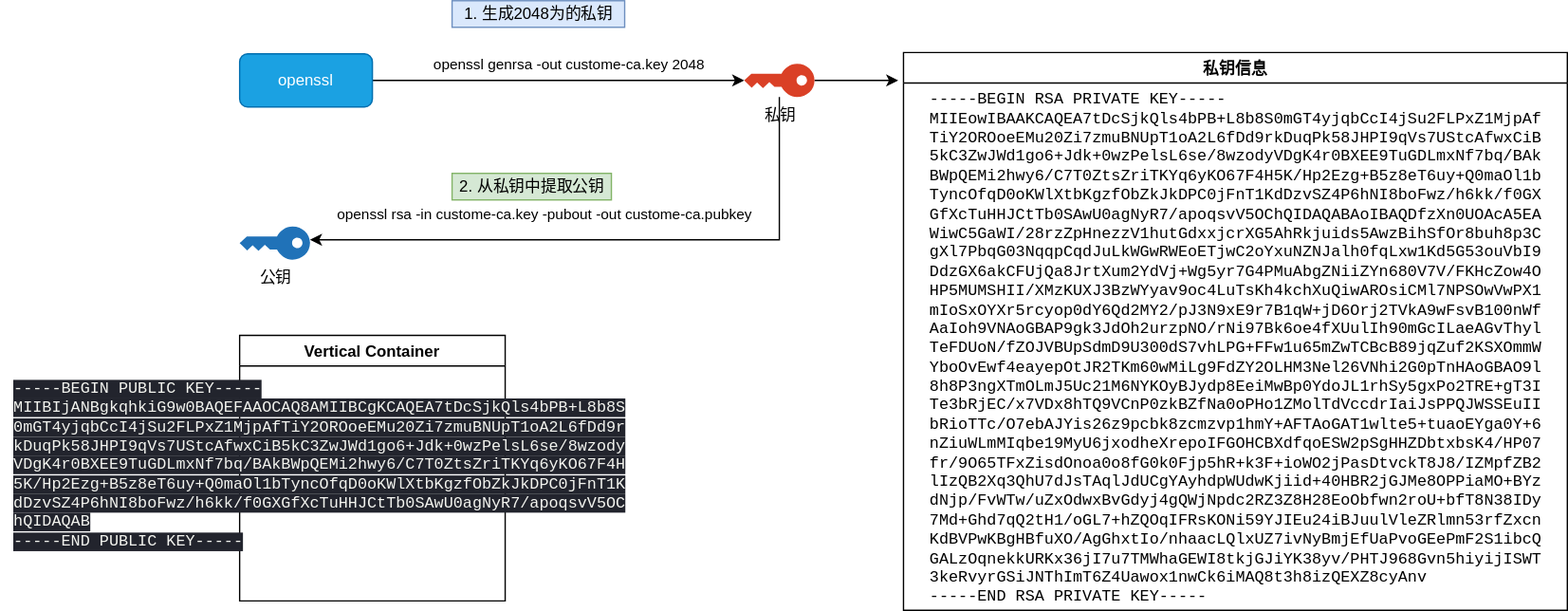
Before: openssl.drawio.svg, a diagram exported from draw.io (jpanda-cn/static-resources). Source tidied: cells renumbered, new cells last; positions are measured from the earlier drawing's top-left corner, leaving out a move shared by most shapes.
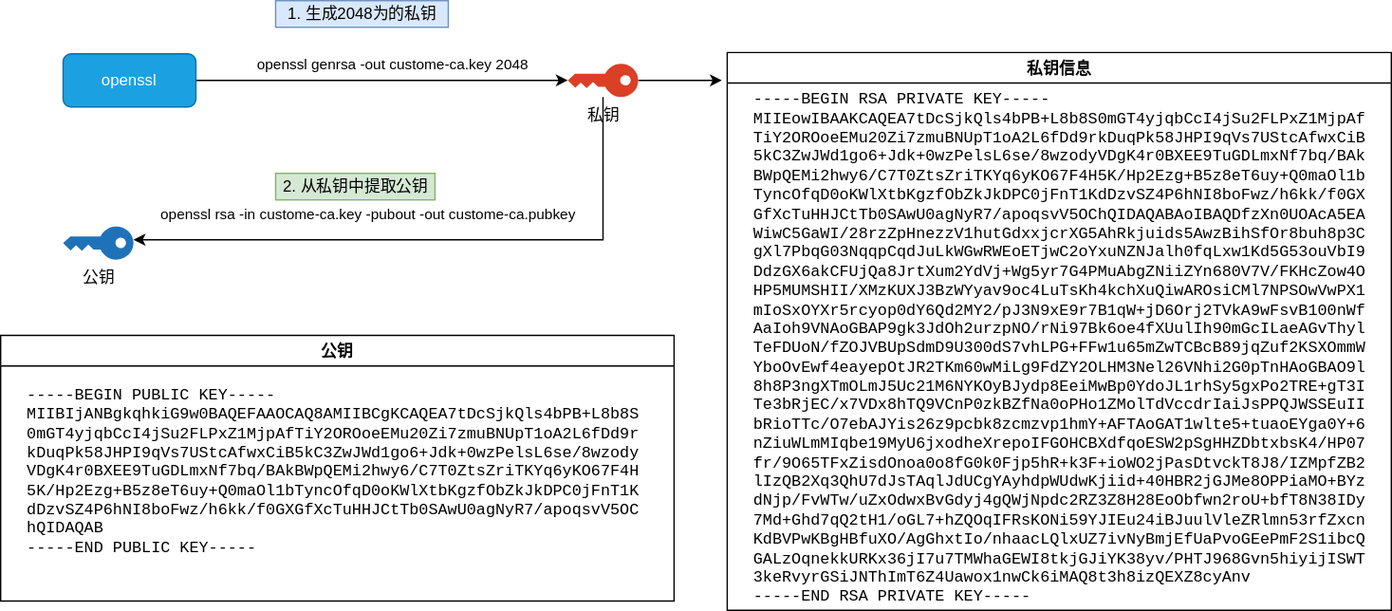
Later version of the same file.

The edit, as a diff of the source:
```diff
@@ -46,11 +46,11 @@
     <mxCell id="13" value="&lt;div style=&quot;text-align: start; font-family: &amp;quot;MesloLGS NF&amp;quot;, monospace;&quot;&gt;&lt;div&gt;&lt;span style=&quot;&quot;&gt;-----BEGIN RSA PRIVATE KEY-----                                                                                                                                                           &lt;/span&gt;&lt;/div&gt;&lt;div&gt;&lt;span style=&quot;&quot;&gt;MIIEowIBAAKCAQEA7tDcSjkQls4bPB+L8b8S0mGT4yjqbCcI4jSu2FLPxZ1MjpAf                                                                                                                          &lt;/span&gt;&lt;/div&gt;&lt;div&gt;&lt;span style=&quot;&quot;&gt;TiY2OROoeEMu20Zi7zmuBNUpT1oA2L6fDd9rkDuqPk58JHPI9qVs7UStcAfwxCiB                                                                                                                          &lt;/span&gt;&lt;/div&gt;&lt;div&gt;&lt;span style=&quot;&quot;&gt;5kC3ZwJWd1go6+Jdk+0wzPelsL6se/8wzodyVDgK4r0BXEE9TuGDLmxNf7bq/BAk                                                                                                                          &lt;/span&gt;&lt;/div&gt;&lt;div&gt;&lt;span style=&quot;&quot;&gt;BWpQEMi2hwy6/C7T0ZtsZriTKYq6yKO67F4H5K/Hp2Ezg+B5z8eT6uy+Q0maOl1b                                                                                                                          &lt;/span&gt;&lt;/div&gt;&lt;div&gt;&lt;span style=&quot;&quot;&gt;TyncOfqD0oKWlXtbKgzfObZkJkDPC0jFnT1KdDzvSZ4P6hNI8boFwz/h6kk/f0GX                                                                                                                          &lt;/span&gt;&lt;/div&gt;&lt;div&gt;&lt;span style=&quot;&quot;&gt;GfXcTuHHJCtTb0SAwU0agNyR7/apoqsvV5OChQIDAQABAoIBAQDfzXn0UOAcA5EA                                                                                                                          &lt;/span&gt;&lt;/div&gt;&lt;div&gt;&lt;span style=&quot;&quot;&gt;WiwC5GaWI/28rzZpHnezzV1hutGdxxjcrXG5AhRkjuids5AwzBihSfOr8buh8p3C                                                                                                                          &lt;/span&gt;&lt;/div&gt;&lt;div&gt;&lt;span style=&quot;&quot;&gt;gXl7PbqG03NqqpCqdJuLkWGwRWEoETjwC2oYxuNZNJalh0fqLxw1Kd5G53ouVbI9                                                                                                                          &lt;/span&gt;&lt;/div&gt;&lt;div&gt;&lt;span style=&quot;&quot;&gt;DdzGX6akCFUjQa8JrtXum2YdVj+Wg5yr7G4PMuAbgZNiiZYn680V7V/FKHcZow4O                                                                                                                          &lt;/span&gt;&lt;/div&gt;&lt;div&gt;&lt;span style=&quot;&quot;&gt;HP5MUMSHII/XMzKUXJ3BzWYyav9oc4LuTsKh4kchXuQiwAROsiCMl7NPSOwVwPX1                                                                                                                          &lt;/span&gt;&lt;/div&gt;&lt;div&gt;&lt;span style=&quot;&quot;&gt;mIoSxOYXr5rcyop0dY6Qd2MY2/pJ3N9xE9r7B1qW+jD6Orj2TVkA9wFsvB100nWf                                                                                                                          &lt;/span&gt;&lt;/div&gt;&lt;div&gt;&lt;span style=&quot;&quot;&gt;AaIoh9VNAoGBAP9gk3JdOh2urzpNO/rNi97Bk6oe4fXUulIh90mGcILaeAGvThyl                                                                                                                          &lt;/span&gt;&lt;/div&gt;&lt;div&gt;&lt;span style=&quot;&quot;&gt;TeFDUoN/fZOJVBUpSdmD9U300dS7vhLPG+FFw1u65mZwTCBcB89jqZuf2KSXOmmW                                                                                                                          &lt;/span&gt;&lt;/div&gt;&lt;div&gt;&lt;span style=&quot;&quot;&gt;YboOvEwf4eayepOtJR2TKm60wMiLg9FdZY2OLHM3Nel26VNhi2G0pTnHAoGBAO9l                                                                                                                          &lt;/span&gt;&lt;/div&gt;&lt;div&gt;&lt;span style=&quot;&quot;&gt;8h8P3ngXTmOLmJ5Uc21M6NYKOyBJydp8EeiMwBp0YdoJL1rhSy5gxPo2TRE+gT3I                                                                                                                          &lt;/span&gt;&lt;/div&gt;&lt;div&gt;&lt;span style=&quot;&quot;&gt;Te3bRjEC/x7VDx8hTQ9VCnP0zkBZfNa0oPHo1ZMolTdVccdrIaiJsPPQJWSSEuII                                                                                                                          &lt;/span&gt;&lt;/div&gt;&lt;div&gt;&lt;span style=&quot;&quot;&gt;bRioTTc/O7ebAJYis26z9pcbk8zcmzvp1hmY+AFTAoGAT1wlte5+tuaoEYga0Y+6                                                                                                                          &lt;/span&gt;&lt;/div&gt;&lt;div&gt;&lt;span style=&quot;&quot;&gt;nZiuWLmMIqbe19MyU6jxodheXrepoIFGOHCBXdfqoESW2pSgHHZDbtxbsK4/HP07                                                                                                                          &lt;/span&gt;&lt;/div&gt;&lt;div&gt;&lt;span style=&quot;&quot;&gt;fr/9O65TFxZisdOnoa0o8fG0k0Fjp5hR+k3F+ioWO2jPasDtvckT8J8/IZMpfZB2                                                                                                                          &lt;/span&gt;&lt;/div&gt;&lt;div&gt;&lt;span style=&quot;&quot;&gt;lIzQB2Xq3QhU7dJsTAqlJdUCgYAyhdpWUdwKjiid+40HBR2jGJMe8OPPiaMO+BYz                                                                                                                          &lt;/span&gt;&lt;/div&gt;&lt;div&gt;&lt;span style=&quot;&quot;&gt;dNjp/FvWTw/uZxOdwxBvGdyj4gQWjNpdc2RZ3Z8H28EoObfwn2roU+bfT8N38IDy                                                                                                                          &lt;/span&gt;&lt;/div&gt;&lt;div&gt;&lt;span style=&quot;&quot;&gt;7Md+Ghd7qQ2tH1/oGL7+hZQOqIFRsKONi59YJIEu24iBJuulVleZRlmn53rfZxcn                                                                                                                          &lt;/span&gt;&lt;/div&gt;&lt;div&gt;&lt;span style=&quot;&quot;&gt;KdBVPwKBgHBfuXO/AgGhxtIo/nhaacLQlxUZ7ivNyBmjEfUaPvoGEePmF2S1ibcQ                                                                                                                          &lt;/span&gt;&lt;/div&gt;&lt;div&gt;&lt;span style=&quot;&quot;&gt;GALzOqnekkURKx36jI7u7TMWhaGEWI8tkjGJiYK38yv/PHTJ968Gvn5hiyijISWT                                                                                                                          &lt;/span&gt;&lt;/div&gt;&lt;div&gt;&lt;span style=&quot;&quot;&gt;3keRvyrGSiJNThImT6Z4Uawox1nwCk6iMAQ8t3h8izQEXZ8cyAnv                                                                                                                                      &lt;/span&gt;&lt;/div&gt;&lt;div&gt;&lt;span style=&quot;&quot;&gt;-----END RSA PRIVATE KEY-----   &lt;/span&gt;&lt;/div&gt;&lt;/div&gt;" style="text;html=1;align=center;verticalAlign=middle;labelBackgroundColor=none;fontColor=default;" parent="12" vertex="1">
       <mxGeometry x="10" y="32.5" width="480" height="380" as="geometry" />
     </mxCell>
-    <mxCell id="14" value="Vertical Container" style="swimlane;labelBackgroundColor=none;fontColor=default;" parent="1" vertex="1">
-      <mxGeometry x="180" y="252" width="200" height="200" as="geometry" />
+    <mxCell id="14" value="公钥" style="swimlane;labelBackgroundColor=none;fontColor=default;" parent="1" vertex="1">
+      <mxGeometry x="133" y="252" width="507" height="200" as="geometry" />
     </mxCell>
-    <mxCell id="15" value="&lt;div style=&quot;text-align: start; font-family: &amp;quot;MesloLGS NF&amp;quot;, monospace;&quot;&gt;&lt;div&gt;&lt;span style=&quot;color: rgb(243, 244, 239); background-color: rgb(34, 36, 45);&quot;&gt;-----BEGIN PUBLIC KEY-----                                                                                                                                                                &lt;/span&gt;&lt;/div&gt;&lt;div&gt;&lt;span style=&quot;color: rgb(243, 244, 239); background-color: rgb(34, 36, 45);&quot;&gt;MIIBIjANBgkqhkiG9w0BAQEFAAOCAQ8AMIIBCgKCAQEA7tDcSjkQls4bPB+L8b8S                                                                                                                          &lt;/span&gt;&lt;/div&gt;&lt;div&gt;&lt;span style=&quot;color: rgb(243, 244, 239); background-color: rgb(34, 36, 45);&quot;&gt;0mGT4yjqbCcI4jSu2FLPxZ1MjpAfTiY2OROoeEMu20Zi7zmuBNUpT1oA2L6fDd9r                                                                                                                          &lt;/span&gt;&lt;/div&gt;&lt;div&gt;&lt;span style=&quot;color: rgb(243, 244, 239); background-color: rgb(34, 36, 45);&quot;&gt;kDuqPk58JHPI9qVs7UStcAfwxCiB5kC3ZwJWd1go6+Jdk+0wzPelsL6se/8wzody                                                                                                                          &lt;/span&gt;&lt;/div&gt;&lt;div&gt;&lt;span style=&quot;color: rgb(243, 244, 239); background-color: rgb(34, 36, 45);&quot;&gt;VDgK4r0BXEE9TuGDLmxNf7bq/BAkBWpQEMi2hwy6/C7T0ZtsZriTKYq6yKO67F4H                                                                                                                          &lt;/span&gt;&lt;/div&gt;&lt;div&gt;&lt;span style=&quot;color: rgb(243, 244, 239); background-color: rgb(34, 36, 45);&quot;&gt;5K/Hp2Ezg+B5z8eT6uy+Q0maOl1bTyncOfqD0oKWlXtbKgzfObZkJkDPC0jFnT1K                                                                                                                          &lt;/span&gt;&lt;/div&gt;&lt;div&gt;&lt;span style=&quot;color: rgb(243, 244, 239); background-color: rgb(34, 36, 45);&quot;&gt;dDzvSZ4P6hNI8boFwz/h6kk/f0GXGfXcTuHHJCtTb0SAwU0agNyR7/apoqsvV5OC                                                                                                                          &lt;/span&gt;&lt;/div&gt;&lt;div&gt;&lt;span style=&quot;color: rgb(243, 244, 239); background-color: rgb(34, 36, 45);&quot;&gt;hQIDAQAB                                                                                                                                                                                  &lt;/span&gt;&lt;/div&gt;&lt;div&gt;&lt;span style=&quot;color: rgb(243, 244, 239); background-color: rgb(34, 36, 45);&quot;&gt;-----END PUBLIC KEY-----  &lt;/span&gt;&lt;/div&gt;&lt;/div&gt;" style="text;html=1;align=center;verticalAlign=middle;strokeColor=none;fillColor=none;fontColor=default;" parent="1" vertex="1">
-      <mxGeometry y="285" width="480" height="130" as="geometry" />
+    <mxCell id="15" value="&lt;div style=&quot;text-align: start; font-family: &amp;quot;MesloLGS NF&amp;quot;, monospace;&quot;&gt;&lt;div&gt;&lt;span style=&quot;&quot;&gt;-----BEGIN PUBLIC KEY-----                                                                                                                                                                &lt;/span&gt;&lt;/div&gt;&lt;div&gt;&lt;span style=&quot;&quot;&gt;MIIBIjANBgkqhkiG9w0BAQEFAAOCAQ8AMIIBCgKCAQEA7tDcSjkQls4bPB+L8b8S                                                                                                                          &lt;/span&gt;&lt;/div&gt;&lt;div&gt;&lt;span style=&quot;&quot;&gt;0mGT4yjqbCcI4jSu2FLPxZ1MjpAfTiY2OROoeEMu20Zi7zmuBNUpT1oA2L6fDd9r                                                                                                                          &lt;/span&gt;&lt;/div&gt;&lt;div&gt;&lt;span style=&quot;&quot;&gt;kDuqPk58JHPI9qVs7UStcAfwxCiB5kC3ZwJWd1go6+Jdk+0wzPelsL6se/8wzody                                                                                                                          &lt;/span&gt;&lt;/div&gt;&lt;div&gt;&lt;span style=&quot;&quot;&gt;VDgK4r0BXEE9TuGDLmxNf7bq/BAkBWpQEMi2hwy6/C7T0ZtsZriTKYq6yKO67F4H                                                                                                                          &lt;/span&gt;&lt;/div&gt;&lt;div&gt;&lt;span style=&quot;&quot;&gt;5K/Hp2Ezg+B5z8eT6uy+Q0maOl1bTyncOfqD0oKWlXtbKgzfObZkJkDPC0jFnT1K                                                                                                                          &lt;/span&gt;&lt;/div&gt;&lt;div&gt;&lt;span style=&quot;&quot;&gt;dDzvSZ4P6hNI8boFwz/h6kk/f0GXGfXcTuHHJCtTb0SAwU0agNyR7/apoqsvV5OC                                                                                                                          &lt;/span&gt;&lt;/div&gt;&lt;div&gt;&lt;span style=&quot;&quot;&gt;hQIDAQAB                                                                                                                                                                                  &lt;/span&gt;&lt;/div&gt;&lt;div&gt;&lt;span style=&quot;&quot;&gt;-----END PUBLIC KEY-----  &lt;/span&gt;&lt;/div&gt;&lt;/div&gt;" style="text;html=1;align=center;verticalAlign=middle;strokeColor=none;fillColor=none;fontColor=default;labelBackgroundColor=none;" parent="14" vertex="1">
+      <mxGeometry x="10" y="38" width="480" height="130" as="geometry" />
     </mxCell>
   </root>
 </mxGraphModel>
```
